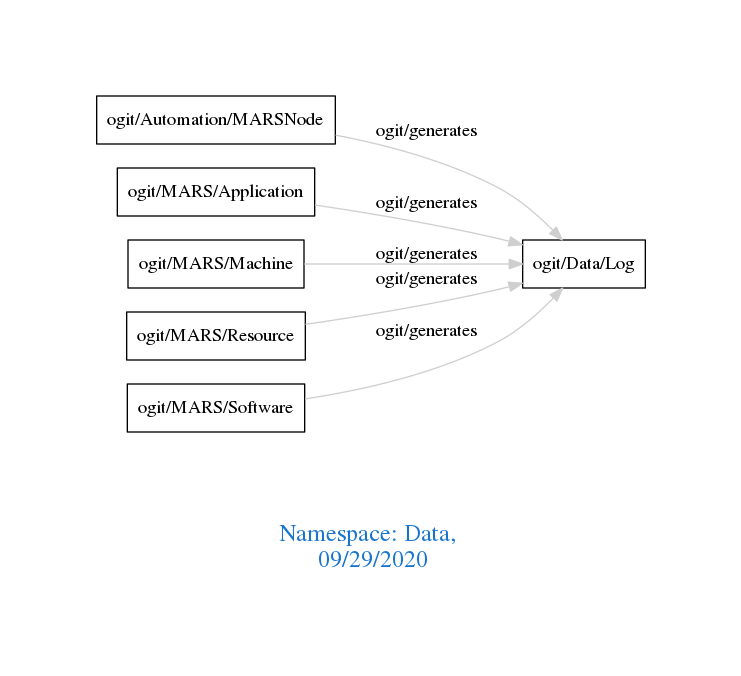
This is downloads/Data.png from arago/OGIT, a Graphviz export, as it was before one commit. Its source is kept beside it as downloads/Data.dot.
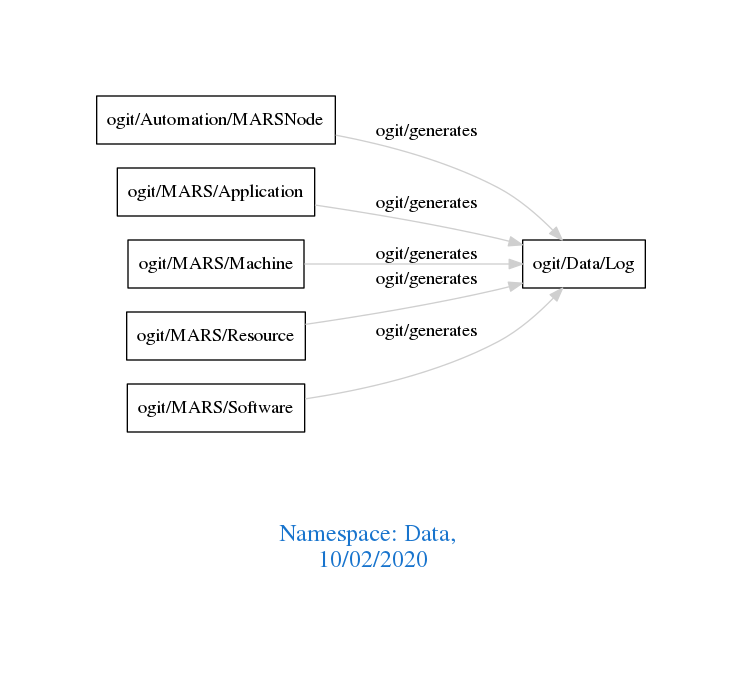
After the change.

What changed in the source:
```diff
@@ -1,7 +1,7 @@
 digraph OGIT_ontology {
  graph [ rankdir= LR,pad=1
 fontsize = 18,
-fontcolor= dodgerblue3,label = "\n\n\nNamespace: Data, \n 09/29/2020"];
+fontcolor= dodgerblue3,label = "\n\n\nNamespace: Data, \n 10/02/2020"];
 node[shape=polygon];
 edge [  color="gray81"];
 
```
